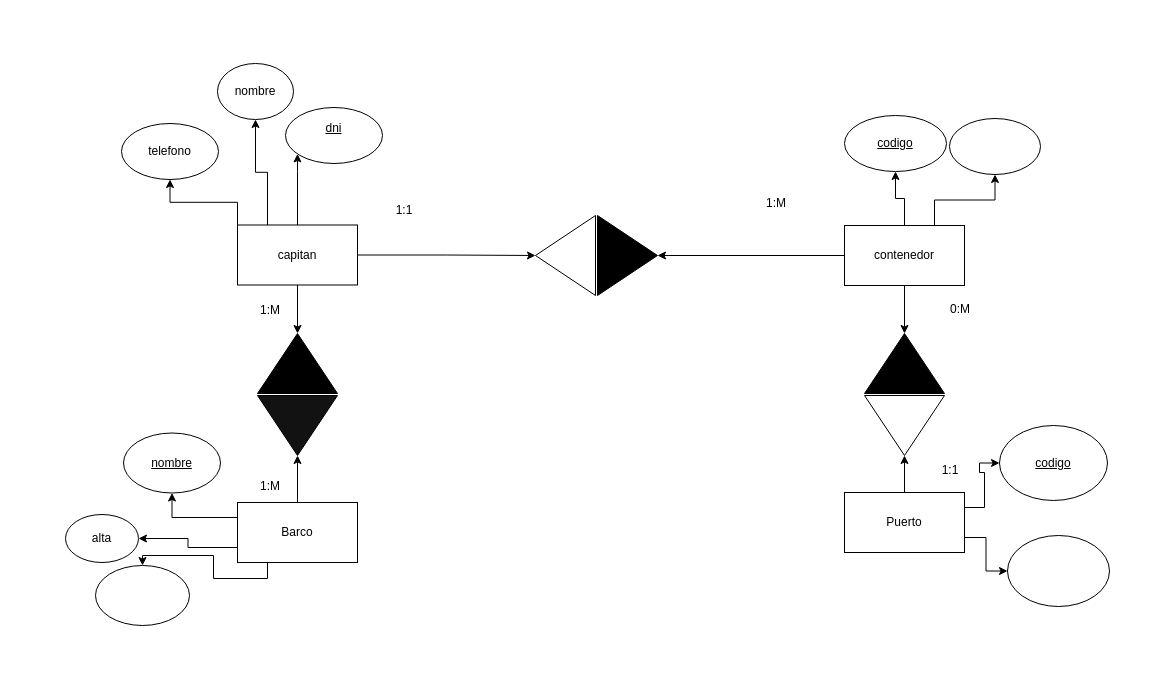
Before: 2.3 naviera.drawio in aaron7780/Portafolio, a draw.io diagram. Source tidied: cells renumbered, new cells numbered last; positions are measured from the earlier drawing's top-left corner, leaving out a move shared by most shapes. Both pictures are drawn from the tidied source at 100%, with x=0, y=0 at pixel (65, 63).
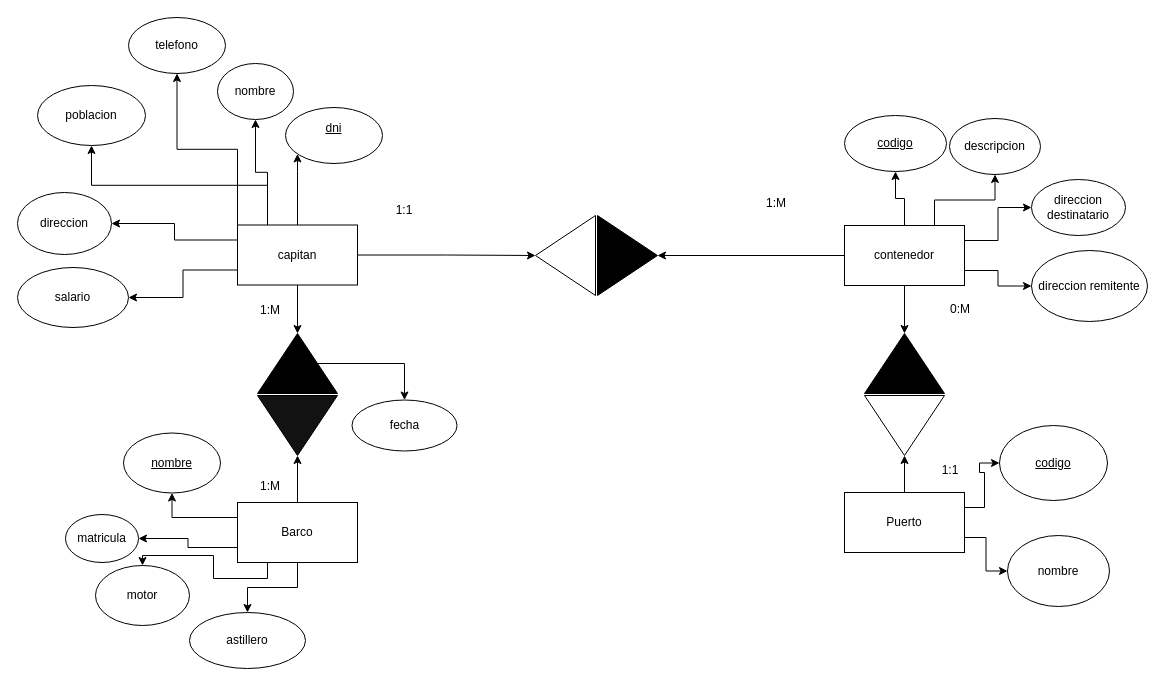
Above is the later version.

The change refers to these unchanged cells:
```xml
<mxCell id="9" value="capitan" style="rounded=0;whiteSpace=wrap;html=1;" parent="2" vertex="1">
  <mxGeometry y="133.5" width="120" height="60" as="geometry" />
</mxCell>
<mxCell id="11" value="contenedor" style="rounded=0;whiteSpace=wrap;html=1;" parent="2" vertex="1">
  <mxGeometry x="607" y="134" width="120" height="60" as="geometry" />
</mxCell>
<mxCell id="35" style="triangle;whiteSpace=wrap;html=1;shapeInside=1;direction=north;fillColor=#000000;" parent="1" vertex="1">
  <mxGeometry x="192" y="270" width="80" height="60" as="geometry" />
</mxCell>
<mxCell id="40" value="Barco" style="rounded=0;whiteSpace=wrap;html=1;" parent="1" vertex="1">
  <mxGeometry x="172" y="439" width="120" height="60" as="geometry" />
</mxCell>
```

What changed in the source:
```diff
@@
     <mxCell id="18" value="telefono" style="ellipse;whiteSpace=wrap;html=1;shapeInside=1;" parent="1" vertex="1">
-      <mxGeometry x="56" y="60" width="97" height="56" as="geometry" />
+      <mxGeometry x="63" y="-46" width="97" height="56" as="geometry" />
     </mxCell>
@@
-    <mxCell id="20" style="ellipse;whiteSpace=wrap;html=1;shapeInside=1;" parent="1" vertex="1">
+    <mxCell id="20" value="descripcion" style="ellipse;whiteSpace=wrap;html=1;shapeInside=1;" parent="1" vertex="1">
       <mxGeometry x="884" y="55" width="91" height="56" as="geometry" />
     </mxCell>
@@
-    <mxCell id="32" value=" " style="ellipse;whiteSpace=wrap;html=1;shapeInside=1;" parent="1" vertex="1">
+    <mxCell id="32" value="nombre" style="ellipse;whiteSpace=wrap;html=1;shapeInside=1;" parent="1" vertex="1">
       <mxGeometry x="942" y="472" width="102" height="71" as="geometry" />
     </mxCell>
@@
+    <mxCell id="46" style="edgeStyle=orthogonalEdgeStyle;rounded=0;jettySize=auto;html=1;exitX=0.5;exitY=1;exitDx=0;exitDy=0;" parent="1" edge="1" source="35" target="59">
+      <mxGeometry relative="1" as="geometry" />
+    </mxCell>
@@
+    <mxCell id="47" style="edgeStyle=orthogonalEdgeStyle;rounded=0;jettySize=auto;html=1;exitX=0.5;exitY=1;exitDx=0;exitDy=0;" parent="1" edge="1" source="40" target="58">
+      <mxGeometry relative="1" as="geometry" />
+    </mxCell>
@@
-    <mxCell id="44" value="alta" style="ellipse;whiteSpace=wrap;html=1;shapeInside=1;" parent="1" vertex="1">
+    <mxCell id="44" value="matricula" style="ellipse;whiteSpace=wrap;html=1;shapeInside=1;" parent="1" vertex="1">
       <mxGeometry y="451" width="73" height="48" as="geometry" />
     </mxCell>
-    <mxCell id="45" style="ellipse;whiteSpace=wrap;html=1;shapeInside=1;" parent="1" vertex="1">
+    <mxCell id="45" value="motor" style="ellipse;whiteSpace=wrap;html=1;shapeInside=1;" parent="1" vertex="1">
       <mxGeometry x="30" y="502" width="94" height="60" as="geometry" />
     </mxCell>
+    <mxCell id="48" style="edgeStyle=orthogonalEdgeStyle;rounded=0;jettySize=auto;html=1;exitX=1;exitY=0.25;exitDx=0;exitDy=0;" parent="1" edge="1" source="11" target="49">
+      <mxGeometry x="-0.32" relative="1" as="geometry" />
+    </mxCell>
+    <mxCell id="49" value="direccion destinatario" style="ellipse;whiteSpace=wrap;html=1;shapeInside=1;" parent="1" vertex="1">
+      <mxGeometry x="966" y="116" width="94" height="56" as="geometry" />
+    </mxCell>
+    <mxCell id="50" value="direccion remitente" style="ellipse;whiteSpace=wrap;html=1;shapeInside=1;" parent="1" vertex="1">
+      <mxGeometry x="966" y="187" width="116" height="71" as="geometry" />
+    </mxCell>
+    <mxCell id="51" style="edgeStyle=orthogonalEdgeStyle;rounded=0;jettySize=auto;html=1;exitX=1;exitY=0.75;exitDx=0;exitDy=0;" parent="1" edge="1" source="11" target="50">
+      <mxGeometry relative="1" as="geometry" />
+    </mxCell>
+    <mxCell id="52" value="direccion" style="ellipse;whiteSpace=wrap;html=1;shapeInside=1;" parent="1" vertex="1">
+      <mxGeometry x="-48" y="129" width="94" height="62" as="geometry" />
+    </mxCell>
+    <mxCell id="53" style="edgeStyle=orthogonalEdgeStyle;rounded=0;jettySize=auto;html=1;exitX=0;exitY=0.25;exitDx=0;exitDy=0;" parent="1" edge="1" source="9" target="52">
+      <mxGeometry relative="1" as="geometry" />
+    </mxCell>
+    <mxCell id="54" value="salario" style="ellipse;whiteSpace=wrap;html=1;shapeInside=1;" parent="1" vertex="1">
+      <mxGeometry x="-48" y="204" width="111" height="60" as="geometry" />
+    </mxCell>
+    <mxCell id="55" style="edgeStyle=orthogonalEdgeStyle;rounded=0;jettySize=auto;html=1;exitX=0;exitY=0.75;exitDx=0;exitDy=0;" parent="1" edge="1" source="9" target="54">
+      <mxGeometry relative="1" as="geometry" />
+    </mxCell>
+    <mxCell id="56" value="poblacion" style="ellipse;whiteSpace=wrap;html=1;shapeInside=1;" parent="1" vertex="1">
+      <mxGeometry x="-28" y="22" width="108" height="60" as="geometry" />
+    </mxCell>
+    <mxCell id="57" style="edgeStyle=orthogonalEdgeStyle;rounded=0;jettySize=auto;html=1;exitX=0.25;exitY=0;exitDx=0;exitDy=0;" parent="1" edge="1" source="9" target="56">
+      <mxGeometry relative="1" as="geometry" />
+    </mxCell>
+    <mxCell id="58" value="astillero" style="ellipse;whiteSpace=wrap;html=1;shapeInside=1;" parent="1" vertex="1">
+      <mxGeometry x="124" y="549" width="116" height="56" as="geometry" />
+    </mxCell>
+    <mxCell id="59" value="fecha" style="ellipse;whiteSpace=wrap;html=1;shapeInside=1;" parent="1" vertex="1">
+      <mxGeometry x="286.5" y="336.5" width="105" height="51" as="geometry" />
+    </mxCell>
```
